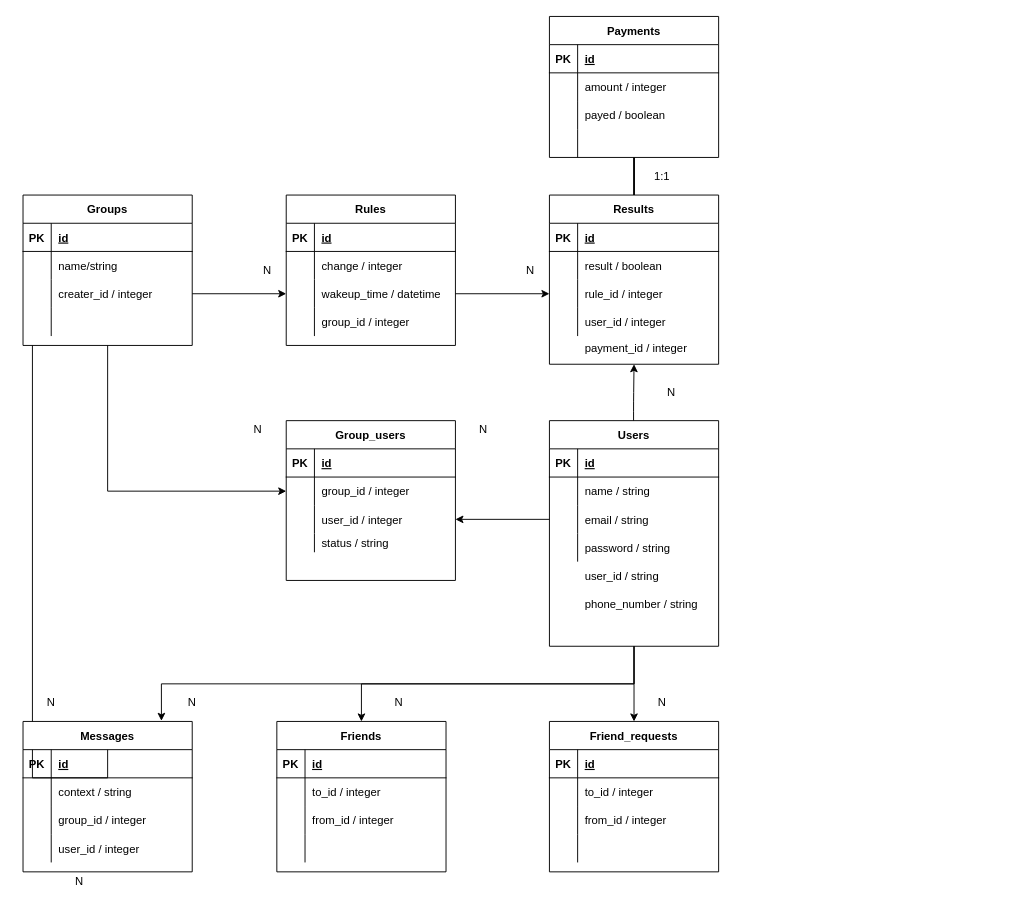
Earlier version of the draw.io diagram ER.dio (kazuki0122/api). Source tidied: cells renumbered, new cells numbered last; positions are measured from the earlier drawing's top-left corner, leaving out a move shared by most shapes. Both pictures are drawn from the tidied source at 94%, with x=0, y=0 at pixel (23, 16).
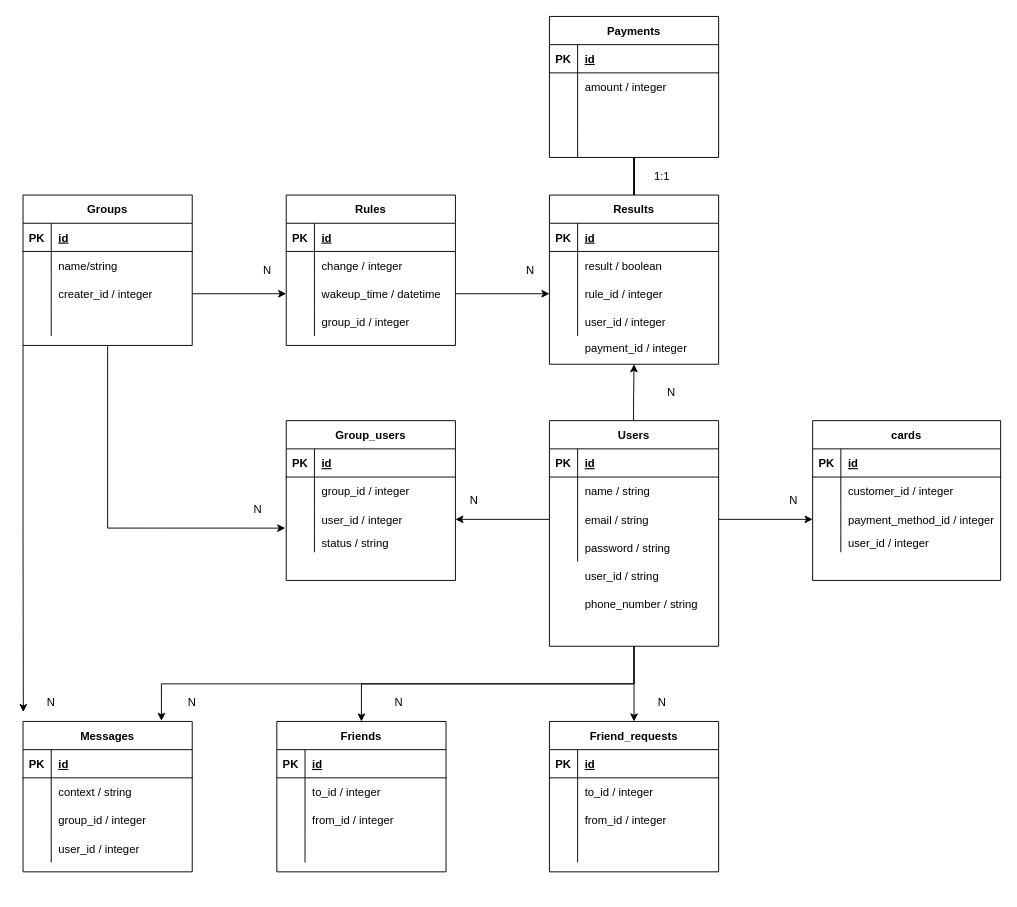
Above is the later version.

Unchanged cells that the change refers to:
```xml
<mxCell id="4" value="Groups" style="shape=table;startSize=30;childLayout=tableLayout;rowLines=0;fontStyle=1;align=center;" parent="1" vertex="1">
  <mxGeometry y="190" width="180" height="160" as="geometry" />
</mxCell>
<mxCell id="50" style="shape=partialRectangle;fillColor=none;top=0;left=0;bottom=0;right=0;" parent="43" vertex="1">
  <mxGeometry y="90" width="180" height="30" as="geometry" />
</mxCell>
<mxCell id="66" style="shape=partialRectangle;fillColor=none;top=0;left=0;bottom=0;right=0;points=[[0,0.5],[1,0.5]];portConstraint=eastwest;" parent="59" vertex="1">
  <mxGeometry y="90" width="180" height="30" as="geometry" />
</mxCell>
<mxCell id="72" value="Messages" style="shape=table;startSize=30;childLayout=tableLayout;rowLines=0;fontStyle=1;align=center;" parent="1" vertex="1">
  <mxGeometry y="750" width="180" height="160" as="geometry" />
</mxCell>
<mxCell id="89" style="shape=partialRectangle;fillColor=none;top=0;left=0;bottom=0;right=0;points=[[0,0.5],[1,0.5]];portConstraint=eastwest;" parent="85" vertex="1">
  <mxGeometry y="60" width="180" height="30" as="geometry" />
</mxCell>
<mxCell id="92" style="shape=partialRectangle;fillColor=none;top=0;left=0;bottom=0;right=0;points=[[0,0.5],[1,0.5]];portConstraint=eastwest;" parent="85" vertex="1">
  <mxGeometry y="90" width="180" height="30" as="geometry" />
</mxCell>
```

Diff of the diagram source:
```diff
@@
-    <mxCell id="2" style="edgeStyle=orthogonalEdgeStyle;rounded=0;jettySize=auto;html=1;entryX=0.5;entryY=0;entryDx=0;entryDy=0;" parent="1" edge="1" source="4" target="72">
-      <mxGeometry relative="1" as="geometry">
-        <Array as="points">
-          <mxPoint x="10" y="810" />
-        </Array>
-      </mxGeometry>
-    </mxCell>
-    <mxCell id="3" style="edgeStyle=orthogonalEdgeStyle;rounded=0;jettySize=auto;html=1;entryX=0;entryY=0.5;entryDx=0;entryDy=0;" parent="1" edge="1" source="4" target="89">
-      <mxGeometry relative="1" as="geometry" />
-    </mxCell>
+    <mxCell id="147" style="edgeStyle=orthogonalEdgeStyle;rounded=0;jettySize=auto;html=1;entryX=-0.006;entryY=0.811;entryDx=0;entryDy=0;entryPerimeter=0;" parent="1" edge="1" source="4" target="92">
+      <mxGeometry relative="1" as="geometry" />
+    </mxCell>
+    <mxCell id="148" style="edgeStyle=orthogonalEdgeStyle;rounded=0;jettySize=auto;html=1;exitX=0;exitY=1;exitDx=0;exitDy=0;" parent="1" edge="1" source="4">
+      <mxGeometry relative="1" as="geometry">
+        <mxPoint x="0.3" y="740" as="targetPoint" />
+      </mxGeometry>
+    </mxCell>
@@
-    <mxCell id="52" value="payed / boolean" style="shape=partialRectangle;fillColor=none;top=0;left=0;bottom=0;right=0;align=left;spacingLeft=6;overflow=hidden;" parent="50" vertex="1">
+    <mxCell id="52" style="shape=partialRectangle;fillColor=none;top=0;left=0;bottom=0;right=0;align=left;spacingLeft=6;overflow=hidden;" parent="50" vertex="1">
       <mxGeometry x="30" width="150" height="30" as="geometry" />
     </mxCell>
@@
-    <mxCell id="131" value="N" style="text;html=1;strokeColor=none;fillColor=none;align=center;verticalAlign=middle;whiteSpace=wrap;rounded=0;" parent="1" vertex="1">
-      <mxGeometry x="470" y="430" width="40" height="20" as="geometry" />
-    </mxCell>
@@
     <mxCell id="133" value="N" style="text;html=1;strokeColor=none;fillColor=none;align=center;verticalAlign=middle;whiteSpace=wrap;rounded=0;" parent="1" vertex="1">
-      <mxGeometry x="230" y="430" width="40" height="20" as="geometry" />
+      <mxGeometry x="230" y="515" width="40" height="20" as="geometry" />
     </mxCell>
@@
-    <mxCell id="137" value="N" style="text;html=1;strokeColor=none;fillColor=none;align=center;verticalAlign=middle;whiteSpace=wrap;rounded=0;" parent="1" vertex="1">
-      <mxGeometry x="40" y="910" width="40" height="20" as="geometry" />
-    </mxCell>
@@
+    <mxCell id="149" value="cards" style="shape=table;startSize=30;childLayout=tableLayout;rowLines=0;fontStyle=1;align=center;" parent="1" vertex="1">
+      <mxGeometry x="840" y="430" width="200" height="170" as="geometry" />
+    </mxCell>
+    <mxCell id="150" style="shape=partialRectangle;fillColor=none;top=0;left=0;bottom=1;right=0;" parent="149" vertex="1">
+      <mxGeometry y="30" width="200" height="30" as="geometry" />
+    </mxCell>
+    <mxCell id="151" value="PK" style="shape=partialRectangle;fillColor=none;top=0;left=0;bottom=0;right=0;fontStyle=1;overflow=hidden;" parent="150" vertex="1">
+      <mxGeometry width="30" height="30" as="geometry" />
+    </mxCell>
+    <mxCell id="152" value="id" style="shape=partialRectangle;fillColor=none;top=0;left=0;bottom=0;right=0;align=left;spacingLeft=6;fontStyle=5;overflow=hidden;" parent="150" vertex="1">
+      <mxGeometry x="30" width="170" height="30" as="geometry" />
+    </mxCell>
+    <mxCell id="153" style="shape=partialRectangle;fillColor=none;top=0;left=0;bottom=0;right=0;" parent="149" vertex="1">
+      <mxGeometry y="60" width="200" height="30" as="geometry" />
+    </mxCell>
+    <mxCell id="154" style="shape=partialRectangle;fillColor=none;top=0;left=0;bottom=0;right=0;overflow=hidden;" parent="153" vertex="1">
+      <mxGeometry width="30" height="30" as="geometry" />
+    </mxCell>
+    <mxCell id="155" value="customer_id / integer" style="shape=partialRectangle;fillColor=none;top=0;left=0;bottom=0;right=0;align=left;spacingLeft=6;overflow=hidden;" parent="153" vertex="1">
+      <mxGeometry x="30" width="170" height="30" as="geometry" />
+    </mxCell>
+    <mxCell id="156" style="shape=partialRectangle;fillColor=none;top=0;left=0;bottom=0;right=0;points=[[0,0.5],[1,0.5]];portConstraint=eastwest;" parent="149" vertex="1">
+      <mxGeometry y="90" width="200" height="30" as="geometry" />
+    </mxCell>
+    <mxCell id="157" style="shape=partialRectangle;fillColor=none;top=0;left=0;bottom=0;right=0;overflow=hidden;" parent="156" vertex="1">
+      <mxGeometry width="30" height="30" as="geometry" />
+    </mxCell>
+    <mxCell id="158" value="payment_method_id / integer" style="shape=partialRectangle;fillColor=none;top=0;left=0;bottom=0;right=0;align=left;spacingLeft=6;overflow=hidden;" parent="156" vertex="1">
+      <mxGeometry x="30" width="170" height="30" as="geometry" />
+    </mxCell>
+    <mxCell id="159" style="shape=partialRectangle;fillColor=none;top=0;left=0;bottom=0;right=0;" parent="149" vertex="1">
+      <mxGeometry y="120" width="200" height="20" as="geometry" />
+    </mxCell>
+    <mxCell id="160" style="shape=partialRectangle;fillColor=none;top=0;left=0;bottom=0;right=0;overflow=hidden;" parent="159" vertex="1">
+      <mxGeometry width="30" height="20" as="geometry" />
+    </mxCell>
+    <mxCell id="161" value="user_id / integer" style="shape=partialRectangle;fillColor=none;top=0;left=0;bottom=0;right=0;align=left;spacingLeft=6;overflow=hidden;" parent="159" vertex="1">
+      <mxGeometry x="30" width="170" height="20" as="geometry" />
+    </mxCell>
+    <mxCell id="162" style="edgeStyle=orthogonalEdgeStyle;rounded=0;jettySize=auto;html=1;exitX=1;exitY=0.5;exitDx=0;exitDy=0;entryX=0;entryY=0.5;entryDx=0;entryDy=0;" parent="1" edge="1" source="66" target="156">
+      <mxGeometry relative="1" as="geometry" />
+    </mxCell>
+    <mxCell id="163" value="N" style="text;html=1;strokeColor=none;fillColor=none;align=center;verticalAlign=middle;whiteSpace=wrap;rounded=0;" parent="1" vertex="1">
+      <mxGeometry x="800" y="505" width="40" height="20" as="geometry" />
+    </mxCell>
+    <mxCell id="164" value="N" style="text;html=1;strokeColor=none;fillColor=none;align=center;verticalAlign=middle;whiteSpace=wrap;rounded=0;" parent="1" vertex="1">
+      <mxGeometry x="460" y="505" width="40" height="20" as="geometry" />
+    </mxCell>
```
